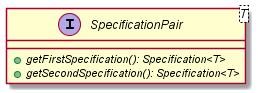
This is malokhvii-eduard/malokhvii05/doc/plantuml/png/ua.khpi.oop.malokhvii05.common.specification.SpecificationPair.png from P-Kalin/kit26a, a PlantUML export, as it was before one commit. The source it was exported from:
```plantuml
@startuml

    interface SpecificationPair<T> {
        {abstract} +getFirstSpecification(): Specification<T>
        {abstract} +getSecondSpecification(): Specification<T>
    }

@enduml
```
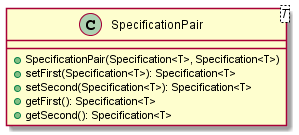
After the change.

Diff of the diagram source:
```diff
@@ -1,8 +1,11 @@
 @startuml
 
-    interface SpecificationPair<T> {
-        {abstract} +getFirstSpecification(): Specification<T>
-        {abstract} +getSecondSpecification(): Specification<T>
+    class SpecificationPair<T> {
+        +SpecificationPair(Specification<T>, Specification<T>)
+        +setFirst(Specification<T>): Specification<T>
+        +setSecond(Specification<T>): Specification<T>
+        +getFirst(): Specification<T>
+        +getSecond(): Specification<T>
     }
 
 @enduml
```
